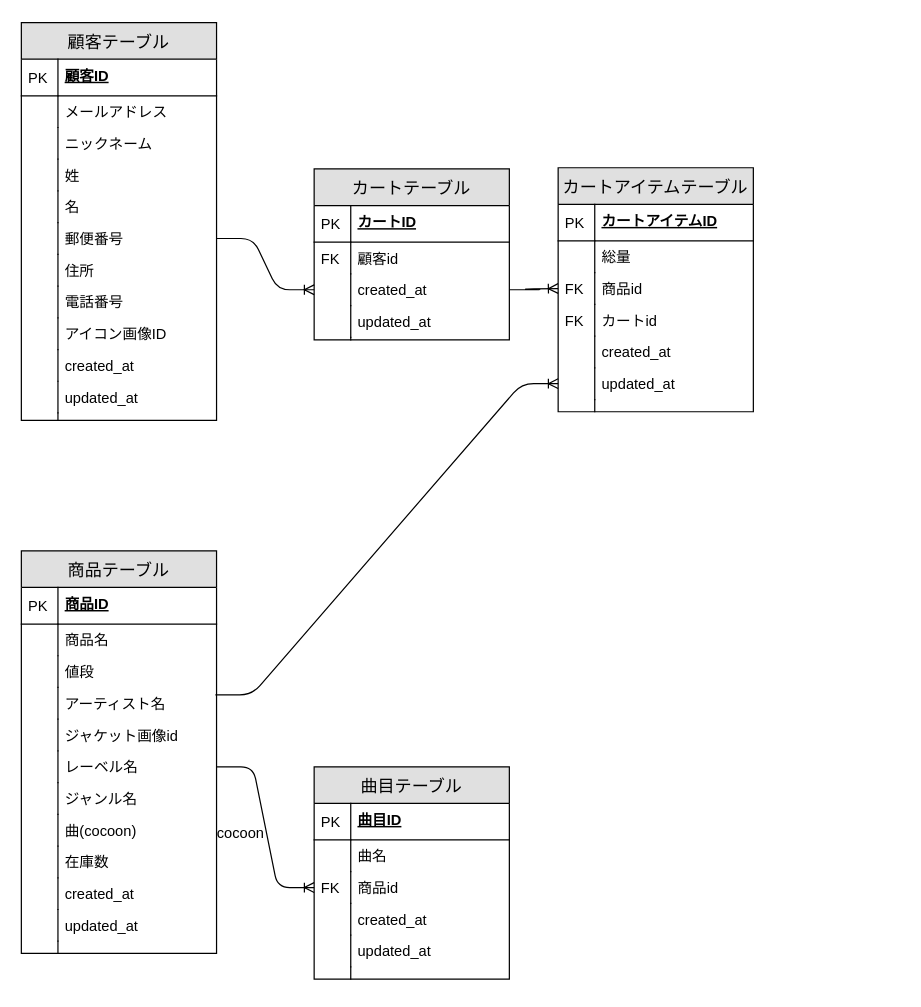
Before: Design/ER図.drawio in saezurucrow/ec-site, a draw.io diagram. Source tidied: cells renumbered, new cells numbered last; positions are measured from the earlier drawing's top-left corner, leaving out a move shared by most shapes. Both pictures are drawn from the tidied source at 122%, with x=0, y=0 at pixel (21, 22).
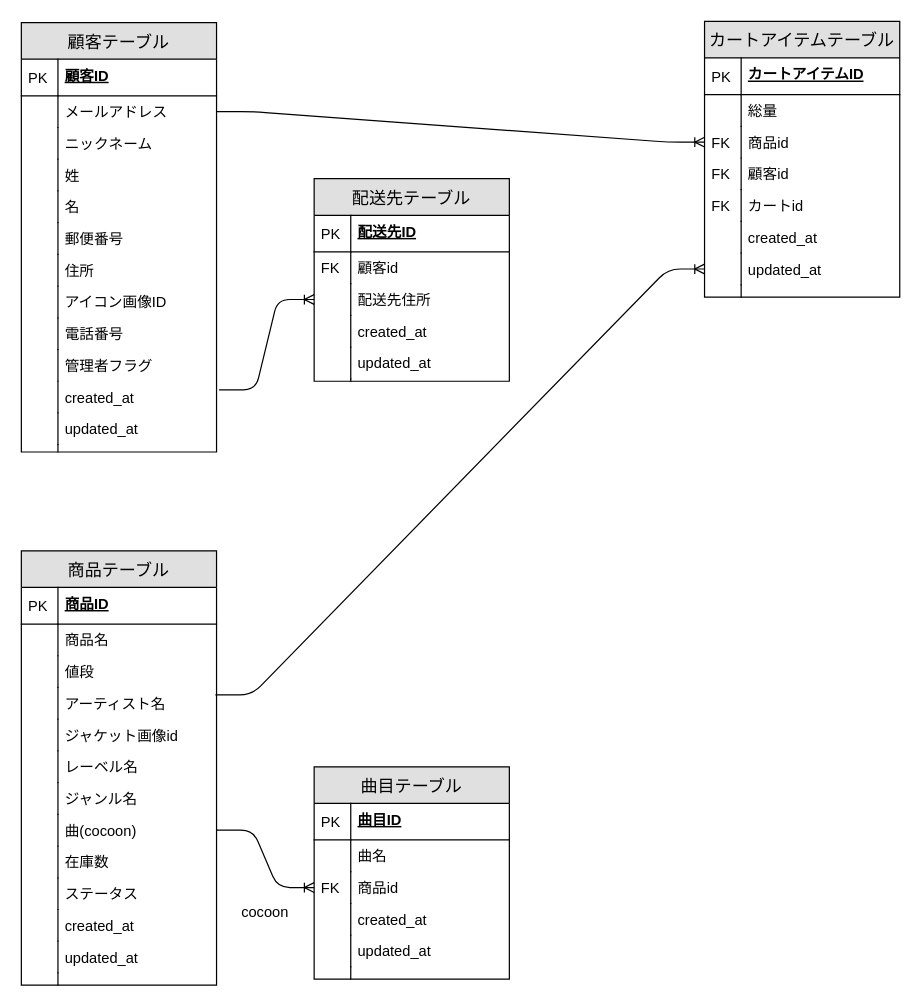
Above is the later version.

The change refers to these unchanged cells:
```xml
<mxCell id="5" value="メールアドレス" style="shape=partialRectangle;top=0;left=0;right=0;bottom=0;align=left;verticalAlign=top;fillColor=none;spacingLeft=34;spacingRight=4;overflow=hidden;points=[[0,0.5],[1,0.5]];portConstraint=eastwest;fontSize=12;" parent="2" vertex="1">
  <mxGeometry y="60" width="160" height="26" as="geometry" />
</mxCell>
<mxCell id="13" value="郵便番号" style="shape=partialRectangle;top=0;left=0;right=0;bottom=0;align=left;verticalAlign=top;fillColor=none;spacingLeft=34;spacingRight=4;overflow=hidden;points=[[0,0.5],[1,0.5]];portConstraint=eastwest;fontSize=12;" parent="2" vertex="1">
  <mxGeometry y="164" width="160" height="26" as="geometry" />
</mxCell>
<mxCell id="38" value="レーベル名" style="shape=partialRectangle;top=0;left=0;right=0;bottom=0;align=left;verticalAlign=top;fillColor=none;spacingLeft=34;spacingRight=4;overflow=hidden;points=[[0,0.5],[1,0.5]];portConstraint=eastwest;fontSize=12;" parent="27" vertex="1">
  <mxGeometry y="164" width="160" height="26" as="geometry" />
</mxCell>
<mxCell id="42" value="曲(cocoon)" style="shape=partialRectangle;top=0;left=0;right=0;bottom=0;align=left;verticalAlign=top;fillColor=none;spacingLeft=34;spacingRight=4;overflow=hidden;points=[[0,0.5],[1,0.5]];portConstraint=eastwest;fontSize=12;" parent="27" vertex="1">
  <mxGeometry y="216" width="160" height="26" as="geometry" />
</mxCell>
<mxCell id="57" value="商品id" style="shape=partialRectangle;top=0;left=0;right=0;bottom=0;align=left;verticalAlign=top;fillColor=none;spacingLeft=34;spacingRight=4;overflow=hidden;points=[[0,0.5],[1,0.5]];portConstraint=eastwest;fontSize=12;" parent="52" vertex="1">
  <mxGeometry y="86" width="160" height="26" as="geometry" />
</mxCell>
<mxCell id="81" value="商品id" style="shape=partialRectangle;top=0;left=0;right=0;bottom=0;align=left;verticalAlign=top;fillColor=none;spacingLeft=34;spacingRight=4;overflow=hidden;points=[[0,0.5],[1,0.5]];portConstraint=eastwest;fontSize=12;" parent="76" vertex="1">
  <mxGeometry y="86" width="160" height="26" as="geometry" />
</mxCell>
```

What changed in the source:
```diff
@@
     <mxCell id="2" value="顧客テーブル" style="swimlane;fontStyle=0;horizontal=1;startSize=30;fillColor=#e0e0e0;swimlaneFillColor=#ffffff;align=center;fontSize=14;" parent="1" vertex="1">
-      <mxGeometry width="160" height="326" as="geometry" />
+      <mxGeometry width="160" height="352" as="geometry" />
     </mxCell>
@@
+    <mxCell id="19" value="アイコン画像ID" style="shape=partialRectangle;top=0;left=0;right=0;bottom=0;align=left;verticalAlign=top;fillColor=none;spacingLeft=34;spacingRight=4;overflow=hidden;fontSize=12;" parent="2" vertex="1">
+      <mxGeometry y="216" width="160" height="26" as="geometry" />
+    </mxCell>
+    <mxCell id="20" style="shape=partialRectangle;top=0;left=0;bottom=0;fillColor=none;align=left;verticalAlign=top;spacingLeft=4;spacingRight=4;overflow=hidden;fontSize=12;" parent="19" vertex="1">
+      <mxGeometry width="30" height="26" as="geometry" />
+    </mxCell>
     <mxCell id="17" value="電話番号" style="shape=partialRectangle;top=0;left=0;right=0;bottom=0;align=left;verticalAlign=top;fillColor=none;spacingLeft=34;spacingRight=4;overflow=hidden;fontSize=12;" parent="2" vertex="1">
-      <mxGeometry y="216" width="160" height="26" as="geometry" />
+      <mxGeometry y="242" width="160" height="26" as="geometry" />
     </mxCell>
@@
-    <mxCell id="19" value="アイコン画像ID" style="shape=partialRectangle;top=0;left=0;right=0;bottom=0;align=left;verticalAlign=top;fillColor=none;spacingLeft=34;spacingRight=4;overflow=hidden;fontSize=12;" parent="2" vertex="1">
-      <mxGeometry y="242" width="160" height="26" as="geometry" />
-    </mxCell>
-    <mxCell id="20" style="shape=partialRectangle;top=0;left=0;bottom=0;fillColor=none;align=left;verticalAlign=top;spacingLeft=4;spacingRight=4;overflow=hidden;fontSize=12;" parent="19" vertex="1">
-      <mxGeometry width="30" height="26" as="geometry" />
-    </mxCell>
+    <mxCell id="96" value="管理者フラグ" style="shape=partialRectangle;top=0;left=0;right=0;bottom=0;align=left;verticalAlign=top;fillColor=none;spacingLeft=34;spacingRight=4;overflow=hidden;fontSize=12;" parent="2" vertex="1">
+      <mxGeometry y="268" width="160" height="26" as="geometry" />
+    </mxCell>
+    <mxCell id="97" style="shape=partialRectangle;top=0;left=0;bottom=0;fillColor=none;align=left;verticalAlign=top;spacingLeft=4;spacingRight=4;overflow=hidden;fontSize=12;" parent="96" vertex="1">
+      <mxGeometry width="30" height="26" as="geometry" />
+    </mxCell>
     <mxCell id="21" value="created_at" style="shape=partialRectangle;top=0;left=0;right=0;bottom=0;align=left;verticalAlign=top;fillColor=none;spacingLeft=34;spacingRight=4;overflow=hidden;points=[[0,0.5],[1,0.5]];portConstraint=eastwest;fontSize=12;" parent="2" vertex="1">
-      <mxGeometry y="268" width="160" height="26" as="geometry" />
+      <mxGeometry y="294" width="160" height="26" as="geometry" />
     </mxCell>
@@
     <mxCell id="23" value="updated_at" style="shape=partialRectangle;top=0;left=0;right=0;bottom=0;align=left;verticalAlign=top;fillColor=none;spacingLeft=34;spacingRight=4;overflow=hidden;fontSize=12;" parent="2" vertex="1">
-      <mxGeometry y="294" width="160" height="26" as="geometry" />
+      <mxGeometry y="320" width="160" height="26" as="geometry" />
     </mxCell>
@@
     <mxCell id="25" style="shape=partialRectangle;top=0;left=0;right=0;bottom=0;align=left;verticalAlign=top;fillColor=none;spacingLeft=34;spacingRight=4;overflow=hidden;fontSize=12;" parent="2" vertex="1">
-      <mxGeometry y="320" width="160" height="6" as="geometry" />
+      <mxGeometry y="346" width="160" height="6" as="geometry" />
     </mxCell>
@@
     <mxCell id="27" value="商品テーブル" style="swimlane;fontStyle=0;horizontal=1;startSize=30;fillColor=#e0e0e0;swimlaneFillColor=#ffffff;align=center;fontSize=14;" parent="1" vertex="1">
-      <mxGeometry y="433" width="160" height="330" as="geometry" />
+      <mxGeometry y="433" width="160" height="356" as="geometry" />
     </mxCell>
@@
+    <mxCell id="98" value="在庫数" style="shape=partialRectangle;top=0;left=0;right=0;bottom=0;align=left;verticalAlign=top;fillColor=none;spacingLeft=34;spacingRight=4;overflow=hidden;fontSize=12;" parent="27" vertex="1">
+      <mxGeometry y="242" width="160" height="26" as="geometry" />
+    </mxCell>
+    <mxCell id="99" style="shape=partialRectangle;top=0;left=0;bottom=0;fillColor=none;align=left;verticalAlign=top;spacingLeft=4;spacingRight=4;overflow=hidden;fontSize=12;" parent="98" vertex="1">
+      <mxGeometry width="30" height="26" as="geometry" />
+    </mxCell>
-    <mxCell id="44" value="在庫数" style="shape=partialRectangle;top=0;left=0;right=0;bottom=0;align=left;verticalAlign=top;fillColor=none;spacingLeft=34;spacingRight=4;overflow=hidden;fontSize=12;" parent="27" vertex="1">
-      <mxGeometry y="242" width="160" height="26" as="geometry" />
+    <mxCell id="44" value="ステータス" style="shape=partialRectangle;top=0;left=0;right=0;bottom=0;align=left;verticalAlign=top;fillColor=none;spacingLeft=34;spacingRight=4;overflow=hidden;fontSize=12;" parent="27" vertex="1">
+      <mxGeometry y="268" width="160" height="26" as="geometry" />
     </mxCell>
@@
     <mxCell id="46" value="created_at" style="shape=partialRectangle;top=0;left=0;right=0;bottom=0;align=left;verticalAlign=top;fillColor=none;spacingLeft=34;spacingRight=4;overflow=hidden;fontSize=12;" parent="27" vertex="1">
-      <mxGeometry y="268" width="160" height="26" as="geometry" />
+      <mxGeometry y="294" width="160" height="26" as="geometry" />
     </mxCell>
@@
     <mxCell id="48" value="updated_at" style="shape=partialRectangle;top=0;left=0;right=0;bottom=0;align=left;verticalAlign=top;fillColor=none;spacingLeft=34;spacingRight=4;overflow=hidden;fontSize=12;" parent="27" vertex="1">
-      <mxGeometry y="294" width="160" height="26" as="geometry" />
+      <mxGeometry y="320" width="160" height="26" as="geometry" />
     </mxCell>
@@
     <mxCell id="50" style="shape=partialRectangle;top=0;left=0;right=0;bottom=0;align=left;verticalAlign=top;fillColor=none;spacingLeft=34;spacingRight=4;overflow=hidden;fontSize=12;" parent="27" vertex="1">
-      <mxGeometry y="320" width="160" height="10" as="geometry" />
+      <mxGeometry y="346" width="160" height="10" as="geometry" />
     </mxCell>
@@
-    <mxCell id="65" value="カートテーブル" style="swimlane;fontStyle=0;horizontal=1;startSize=30;fillColor=#e0e0e0;swimlaneFillColor=#ffffff;align=center;fontSize=14;" parent="1" vertex="1">
-      <mxGeometry x="240" y="120" width="160" height="140" as="geometry" />
-    </mxCell>
-    <mxCell id="66" value="カートID&#10;" style="shape=partialRectangle;top=0;left=0;right=0;bottom=1;align=left;verticalAlign=top;fillColor=none;spacingLeft=34;spacingRight=4;overflow=hidden;fontStyle=5;fontSize=12;" parent="65" vertex="1">
-      <mxGeometry y="30" width="160" height="30" as="geometry" />
-    </mxCell>
-    <mxCell id="67" value="PK" style="shape=partialRectangle;top=0;left=0;bottom=0;fillColor=none;align=left;verticalAlign=middle;spacingLeft=4;spacingRight=4;overflow=hidden;fontSize=12;" parent="66" vertex="1">
-      <mxGeometry width="30" height="30" as="geometry" />
-    </mxCell>
-    <mxCell id="68" value="顧客id" style="shape=partialRectangle;top=0;left=0;right=0;bottom=0;align=left;verticalAlign=top;fillColor=none;spacingLeft=34;spacingRight=4;overflow=hidden;fontSize=12;" parent="65" vertex="1">
-      <mxGeometry y="60" width="160" height="26" as="geometry" />
-    </mxCell>
-    <mxCell id="69" value="FK&#10;&#10;" style="shape=partialRectangle;top=0;left=0;bottom=0;fillColor=none;align=left;verticalAlign=top;spacingLeft=4;spacingRight=4;overflow=hidden;fontSize=12;" parent="68" vertex="1">
-      <mxGeometry width="30" height="26" as="geometry" />
-    </mxCell>
-    <mxCell id="70" value="created_at" style="shape=partialRectangle;top=0;left=0;right=0;bottom=0;align=left;verticalAlign=top;fillColor=none;spacingLeft=34;spacingRight=4;overflow=hidden;points=[[0,0.5],[1,0.5]];portConstraint=eastwest;fontSize=12;" parent="65" vertex="1">
-      <mxGeometry y="86" width="160" height="26" as="geometry" />
-    </mxCell>
-    <mxCell id="71" style="shape=partialRectangle;top=0;left=0;bottom=0;fillColor=none;align=left;verticalAlign=top;spacingLeft=4;spacingRight=4;overflow=hidden;fontSize=12;" parent="70" vertex="1">
-      <mxGeometry width="30" height="26" as="geometry" />
-    </mxCell>
-    <mxCell id="72" value="updated_at" style="shape=partialRectangle;top=0;left=0;right=0;bottom=0;align=left;verticalAlign=top;fillColor=none;spacingLeft=34;spacingRight=4;overflow=hidden;fontSize=12;" parent="65" vertex="1">
-      <mxGeometry y="112" width="160" height="26" as="geometry" />
-    </mxCell>
-    <mxCell id="73" style="shape=partialRectangle;top=0;left=0;bottom=0;fillColor=none;align=left;verticalAlign=top;spacingLeft=4;spacingRight=4;overflow=hidden;fontSize=12;" parent="72" vertex="1">
-      <mxGeometry width="30" height="26" as="geometry" />
-    </mxCell>
-    <mxCell id="74" style="shape=partialRectangle;top=0;left=0;right=0;bottom=0;align=left;verticalAlign=top;fillColor=none;spacingLeft=34;spacingRight=4;overflow=hidden;fontSize=12;" parent="65" vertex="1">
-      <mxGeometry y="138" width="160" height="2" as="geometry" />
-    </mxCell>
-    <mxCell id="75" style="shape=partialRectangle;top=0;left=0;bottom=0;fillColor=none;align=left;verticalAlign=top;spacingLeft=4;spacingRight=4;overflow=hidden;fontSize=12;" parent="74" vertex="1">
-      <mxGeometry width="30" height="2" as="geometry" />
-    </mxCell>
     <mxCell id="76" value="カートアイテムテーブル" style="swimlane;fontStyle=0;horizontal=1;startSize=30;fillColor=#e0e0e0;swimlaneFillColor=#ffffff;align=center;fontSize=14;" parent="1" vertex="1">
-      <mxGeometry x="440" y="119" width="160" height="200" as="geometry" />
+      <mxGeometry x="560" y="-1" width="160" height="226" as="geometry" />
     </mxCell>
@@
+    <mxCell id="100" value="顧客id" style="shape=partialRectangle;top=0;left=0;right=0;bottom=0;align=left;verticalAlign=top;fillColor=none;spacingLeft=34;spacingRight=4;overflow=hidden;fontSize=12;" parent="76" vertex="1">
+      <mxGeometry y="112" width="160" height="26" as="geometry" />
+    </mxCell>
+    <mxCell id="101" value="FK" style="shape=partialRectangle;top=0;left=0;bottom=0;fillColor=none;align=left;verticalAlign=top;spacingLeft=4;spacingRight=4;overflow=hidden;fontSize=12;" parent="100" vertex="1">
+      <mxGeometry width="30" height="26" as="geometry" />
+    </mxCell>
     <mxCell id="83" value="カートid" style="shape=partialRectangle;top=0;left=0;right=0;bottom=0;align=left;verticalAlign=top;fillColor=none;spacingLeft=34;spacingRight=4;overflow=hidden;fontSize=12;" parent="76" vertex="1">
-      <mxGeometry y="112" width="160" height="26" as="geometry" />
+      <mxGeometry y="138" width="160" height="26" as="geometry" />
     </mxCell>
@@
     <mxCell id="85" value="created_at" style="shape=partialRectangle;top=0;left=0;right=0;bottom=0;align=left;verticalAlign=top;fillColor=none;spacingLeft=34;spacingRight=4;overflow=hidden;fontSize=12;" parent="76" vertex="1">
-      <mxGeometry y="138" width="160" height="26" as="geometry" />
+      <mxGeometry y="164" width="160" height="26" as="geometry" />
     </mxCell>
@@
     <mxCell id="87" value="updated_at" style="shape=partialRectangle;top=0;left=0;right=0;bottom=0;align=left;verticalAlign=top;fillColor=none;spacingLeft=34;spacingRight=4;overflow=hidden;points=[[0,0.5],[1,0.5]];portConstraint=eastwest;fontSize=12;" parent="76" vertex="1">
-      <mxGeometry y="164" width="160" height="26" as="geometry" />
+      <mxGeometry y="190" width="160" height="26" as="geometry" />
     </mxCell>
@@
     <mxCell id="89" style="shape=partialRectangle;top=0;left=0;right=0;bottom=0;align=left;verticalAlign=top;fillColor=none;spacingLeft=34;spacingRight=4;overflow=hidden;fontSize=12;" parent="76" vertex="1">
-      <mxGeometry y="190" width="160" height="10" as="geometry" />
+      <mxGeometry y="216" width="160" height="10" as="geometry" />
     </mxCell>
@@
-    <mxCell id="91" style="edgeStyle=entityRelationEdgeStyle;fontSize=12;html=1;endArrow=ERoneToMany;entryX=0;entryY=0.5;entryDx=0;entryDy=0;exitX=1;exitY=0.5;exitDx=0;exitDy=0;" parent="1" edge="1" source="38" target="57">
-      <mxGeometry relative="1" as="geometry" />
-    </mxCell>
-    <mxCell id="92" style="edgeStyle=entityRelationEdgeStyle;fontSize=12;html=1;endArrow=ERoneToMany;entryX=0;entryY=0.5;entryDx=0;entryDy=0;exitX=1;exitY=0.5;exitDx=0;exitDy=0;" parent="1" edge="1" source="70" target="81">
-      <mxGeometry relative="1" as="geometry" />
-    </mxCell>
-    <mxCell id="93" style="edgeStyle=entityRelationEdgeStyle;fontSize=12;html=1;endArrow=ERoneToMany;entryX=0;entryY=0.5;entryDx=0;entryDy=0;exitX=1;exitY=0.5;exitDx=0;exitDy=0;" parent="1" edge="1" source="13" target="70">
+    <mxCell id="93" style="edgeStyle=entityRelationEdgeStyle;fontSize=12;html=1;endArrow=ERoneToMany;entryX=0;entryY=0.5;entryDx=0;entryDy=0;exitX=1;exitY=0.5;exitDx=0;exitDy=0;" parent="1" edge="1" source="5" target="81">
       <mxGeometry relative="1" as="geometry" />
     </mxCell>
     <mxCell id="94" value="cocoon" style="text;html=1;strokeColor=none;fillColor=none;align=center;verticalAlign=middle;whiteSpace=wrap;rounded=0;" parent="1" vertex="1">
-      <mxGeometry x="160" y="655" width="40" height="20" as="geometry" />
+      <mxGeometry x="180" y="720" width="40" height="20" as="geometry" />
     </mxCell>
@@
+    <mxCell id="102" style="edgeStyle=entityRelationEdgeStyle;fontSize=12;html=1;endArrow=ERoneToMany;entryX=0;entryY=0.5;entryDx=0;entryDy=0;exitX=1;exitY=0.5;exitDx=0;exitDy=0;" parent="1" edge="1" source="42" target="57">
+      <mxGeometry relative="1" as="geometry" />
+    </mxCell>
+    <mxCell id="103" value="配送先テーブル" style="swimlane;fontStyle=0;horizontal=1;startSize=30;fillColor=#e0e0e0;swimlaneFillColor=#ffffff;align=center;fontSize=14;" parent="1" vertex="1">
+      <mxGeometry x="240" y="128" width="160" height="166" as="geometry" />
+    </mxCell>
+    <mxCell id="104" value="配送先ID&#10;" style="shape=partialRectangle;top=0;left=0;right=0;bottom=1;align=left;verticalAlign=top;fillColor=none;spacingLeft=34;spacingRight=4;overflow=hidden;fontStyle=5;fontSize=12;" parent="103" vertex="1">
+      <mxGeometry y="30" width="160" height="30" as="geometry" />
+    </mxCell>
+    <mxCell id="67" value="PK" style="shape=partialRectangle;top=0;left=0;bottom=0;fillColor=none;align=left;verticalAlign=middle;spacingLeft=4;spacingRight=4;overflow=hidden;fontSize=12;" parent="104" vertex="1">
+      <mxGeometry width="30" height="30" as="geometry" />
+    </mxCell>
+    <mxCell id="68" value="顧客id" style="shape=partialRectangle;top=0;left=0;right=0;bottom=0;align=left;verticalAlign=top;fillColor=none;spacingLeft=34;spacingRight=4;overflow=hidden;fontSize=12;" parent="103" vertex="1">
+      <mxGeometry y="60" width="160" height="26" as="geometry" />
+    </mxCell>
+    <mxCell id="69" value="FK&#10;&#10;" style="shape=partialRectangle;top=0;left=0;bottom=0;fillColor=none;align=left;verticalAlign=top;spacingLeft=4;spacingRight=4;overflow=hidden;fontSize=12;" parent="68" vertex="1">
+      <mxGeometry width="30" height="26" as="geometry" />
+    </mxCell>
+    <mxCell id="105" value="配送先住所" style="shape=partialRectangle;top=0;left=0;right=0;bottom=0;align=left;verticalAlign=top;fillColor=none;spacingLeft=34;spacingRight=4;overflow=hidden;points=[[0,0.5],[1,0.5]];portConstraint=eastwest;fontSize=12;" parent="103" vertex="1">
+      <mxGeometry y="86" width="160" height="26" as="geometry" />
+    </mxCell>
+    <mxCell id="106" style="shape=partialRectangle;top=0;left=0;bottom=0;fillColor=none;align=left;verticalAlign=top;spacingLeft=4;spacingRight=4;overflow=hidden;fontSize=12;" parent="105" vertex="1">
+      <mxGeometry width="30" height="26" as="geometry" />
+    </mxCell>
+    <mxCell id="70" value="created_at" style="shape=partialRectangle;top=0;left=0;right=0;bottom=0;align=left;verticalAlign=top;fillColor=none;spacingLeft=34;spacingRight=4;overflow=hidden;points=[[0,0.5],[1,0.5]];portConstraint=eastwest;fontSize=12;" parent="103" vertex="1">
+      <mxGeometry y="112" width="160" height="26" as="geometry" />
+    </mxCell>
+    <mxCell id="107" style="shape=partialRectangle;top=0;left=0;bottom=0;fillColor=none;align=left;verticalAlign=top;spacingLeft=4;spacingRight=4;overflow=hidden;fontSize=12;" parent="70" vertex="1">
+      <mxGeometry width="30" height="26" as="geometry" />
+    </mxCell>
+    <mxCell id="72" value="updated_at" style="shape=partialRectangle;top=0;left=0;right=0;bottom=0;align=left;verticalAlign=top;fillColor=none;spacingLeft=34;spacingRight=4;overflow=hidden;fontSize=12;" parent="103" vertex="1">
+      <mxGeometry y="138" width="160" height="26" as="geometry" />
+    </mxCell>
+    <mxCell id="108" style="shape=partialRectangle;top=0;left=0;bottom=0;fillColor=none;align=left;verticalAlign=top;spacingLeft=4;spacingRight=4;overflow=hidden;fontSize=12;" parent="72" vertex="1">
+      <mxGeometry width="30" height="26" as="geometry" />
+    </mxCell>
+    <mxCell id="109" style="shape=partialRectangle;top=0;left=0;right=0;bottom=0;align=left;verticalAlign=top;fillColor=none;spacingLeft=34;spacingRight=4;overflow=hidden;fontSize=12;" parent="103" vertex="1">
+      <mxGeometry y="164" width="160" height="2" as="geometry" />
+    </mxCell>
+    <mxCell id="75" style="shape=partialRectangle;top=0;left=0;bottom=0;fillColor=none;align=left;verticalAlign=top;spacingLeft=4;spacingRight=4;overflow=hidden;fontSize=12;" parent="109" vertex="1">
+      <mxGeometry width="30" height="2" as="geometry" />
+    </mxCell>
+    <mxCell id="110" style="edgeStyle=entityRelationEdgeStyle;fontSize=12;html=1;endArrow=ERoneToMany;exitX=1.013;exitY=0.269;exitDx=0;exitDy=0;exitPerimeter=0;entryX=0;entryY=0.5;entryDx=0;entryDy=0;" parent="1" edge="1" source="21" target="105">
+      <mxGeometry relative="1" as="geometry" />
+    </mxCell>
```
